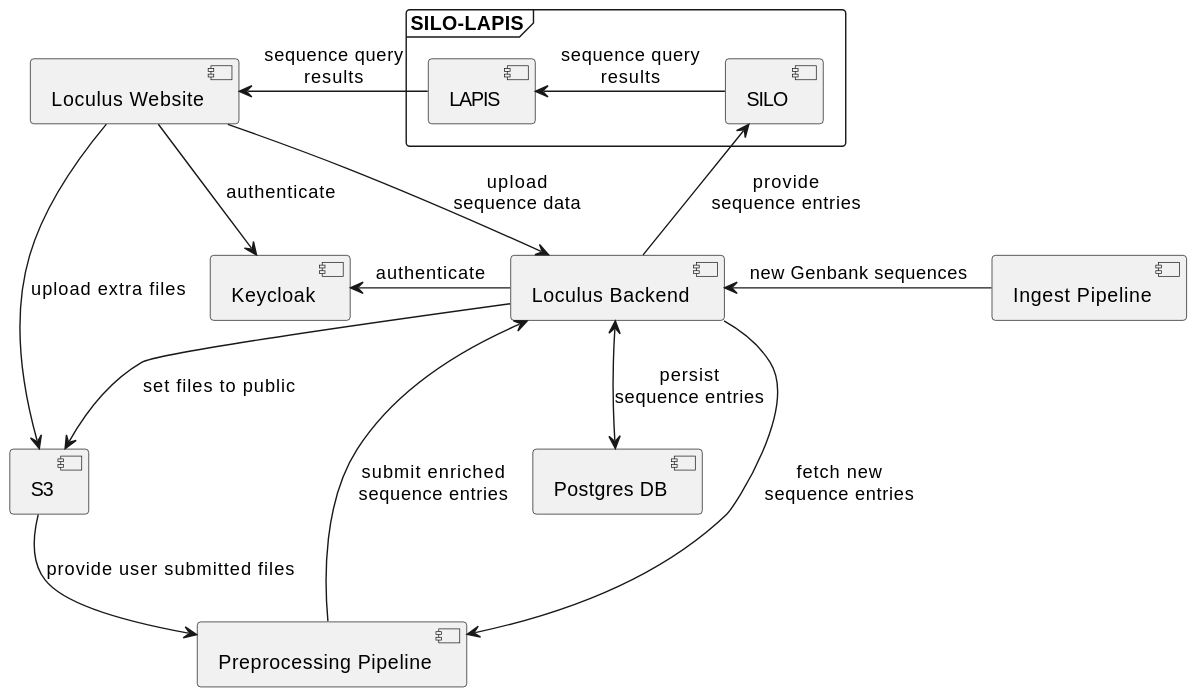
Before: docs/src/content/docs/introduction/architectureOverview.svg, a diagram exported from PlantUML (loculus-project/loculus).
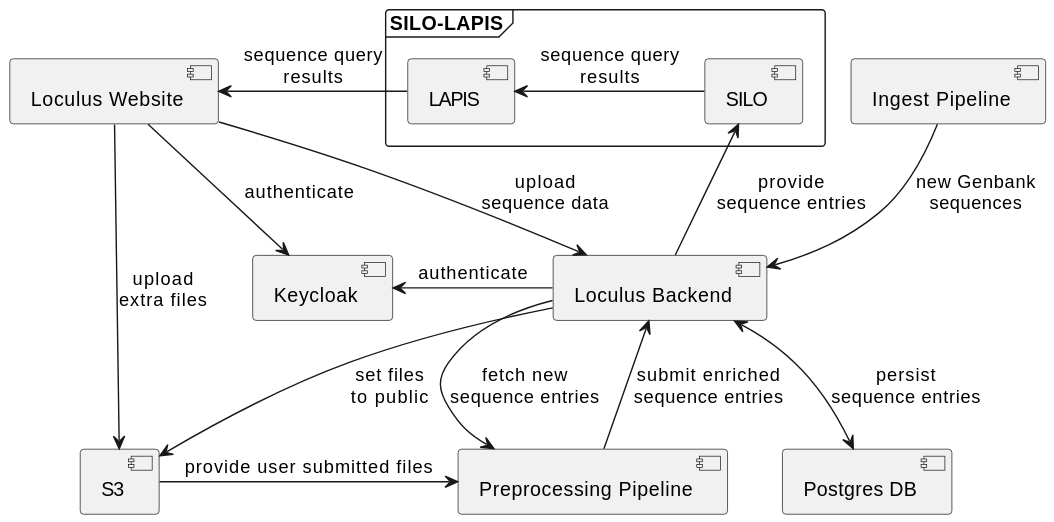
Above is the later version.

Diff of the diagram source:
```diff
@@ -24,14 +24,14 @@
 Website -down-> Backend : upload\nsequence data
 Backend --> Preprocessing : fetch new\nsequence entries
 Backend <-- Preprocessing : submit enriched\nsequence entries
-Backend <-down-> Postgres : persist\nsequence entries
-Ingest -left-> Backend : new Genbank sequences
+Backend <--> Postgres : persist\nsequence entries
+Ingest --> Backend : new Genbank\nsequences
 
 Backend -up-> SILO: provide\nsequence entries
 LAPIS -left-> Website : sequence query\nresults
 LAPIS <-right- SILO : sequence query\nresults
 
-Website -> S3: upload extra files
-Backend --> S3: set files to public
-S3 --> Preprocessing: provide user submitted files
+Website -> S3: upload\nextra files
+Backend --> S3: set files\nto public
+S3 -right-> Preprocessing: provide user submitted files
 @enduml
```
